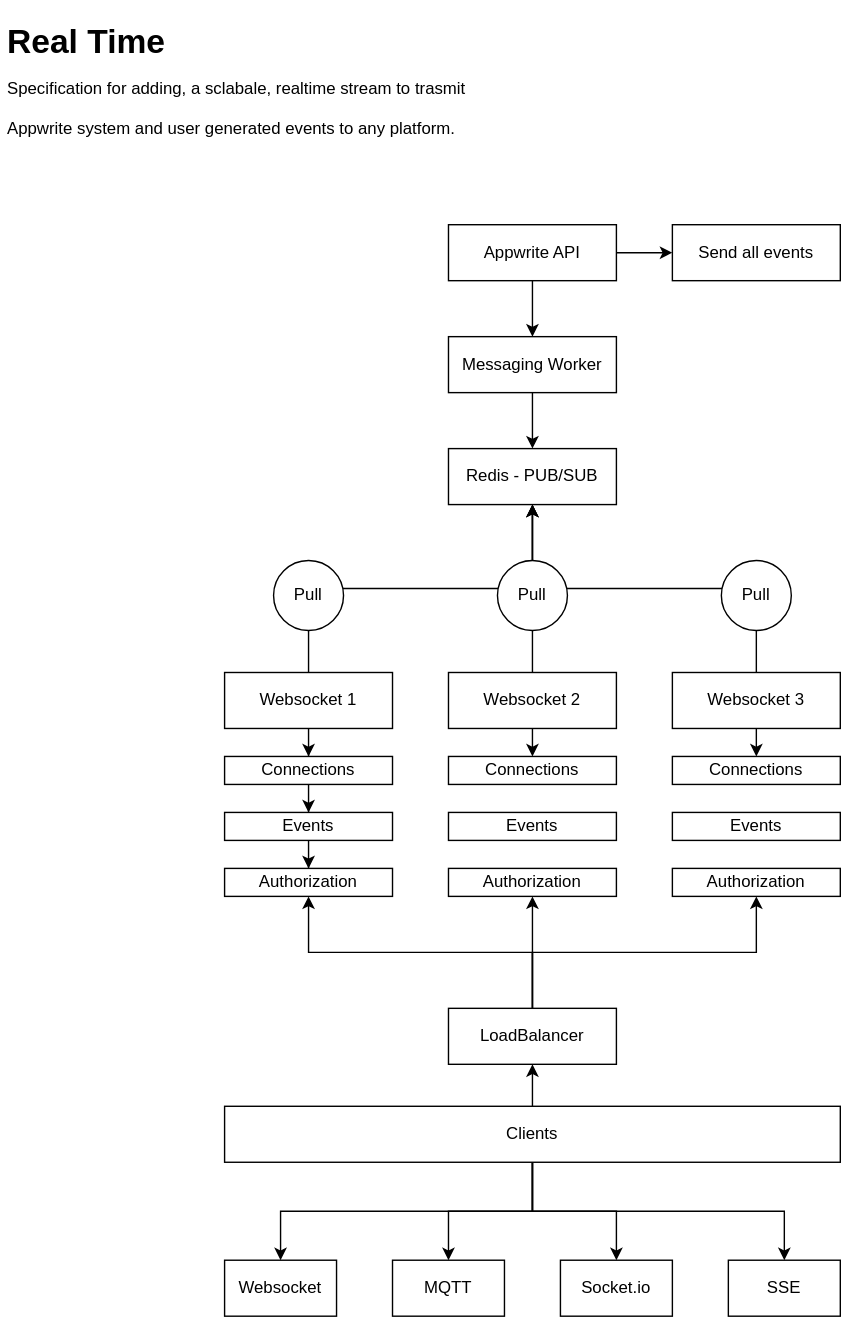
This is docs/specs/realtime.drawio.svg from silverknight59222/appwrite, a draw.io export, as it was before one commit. Source tidied: cells renumbered, new cells last; positions are measured from the earlier drawing's top-left corner, leaving out a move shared by most shapes.
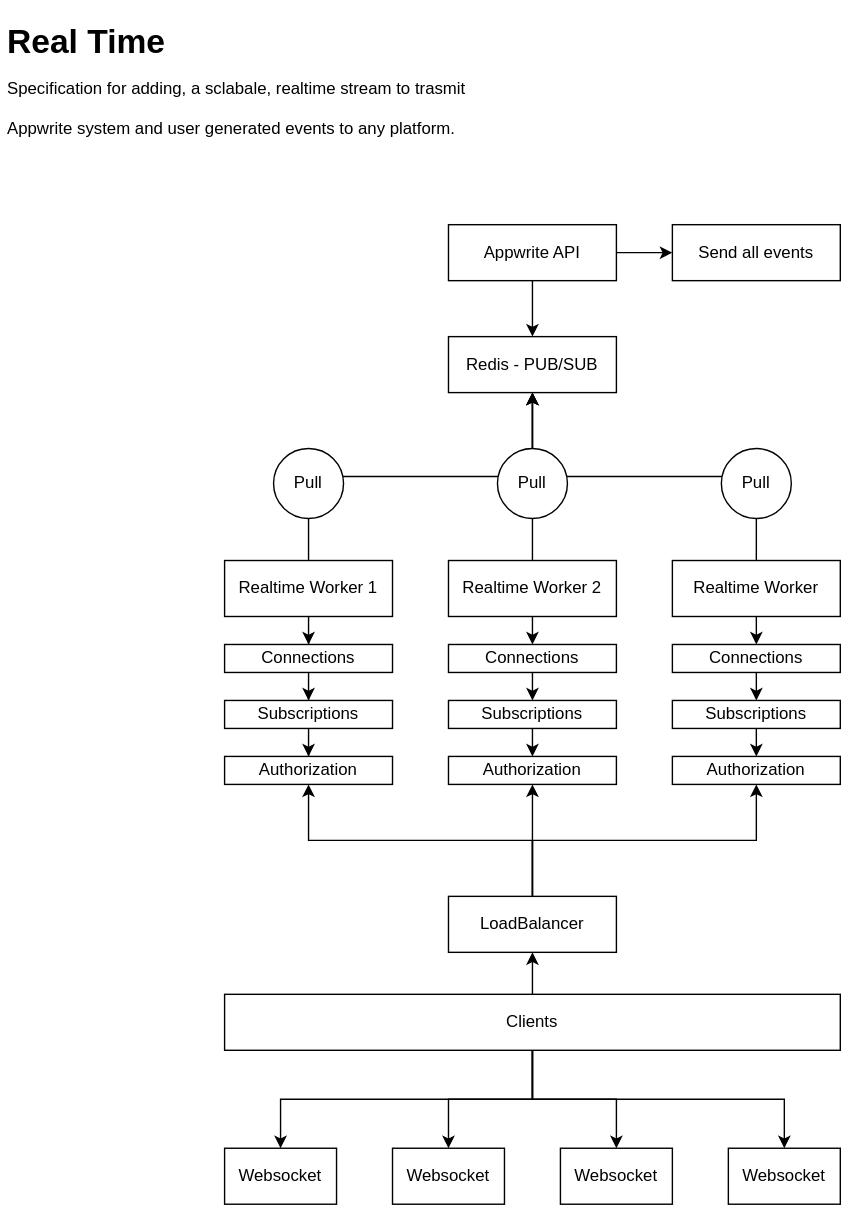
After the change.

Commit message:
docs: adapt to realtime

What changed in the source:
```diff
@@ -2,24 +2,20 @@
   <root>
     <mxCell id="0" />
     <mxCell id="1" parent="0" />
-    <mxCell id="2" style="edgeStyle=orthogonalEdgeStyle;rounded=0;jettySize=auto;html=1;" parent="1" edge="1" source="4" target="7">
-      <mxGeometry relative="1" as="geometry" />
+    <mxCell id="2" style="edgeStyle=orthogonalEdgeStyle;rounded=0;jettySize=auto;html=1;" parent="1" edge="1" source="4">
+      <mxGeometry relative="1" as="geometry">
+        <mxPoint x="380" y="310" as="targetPoint" />
+      </mxGeometry>
     </mxCell>
     <mxCell id="3" style="edgeStyle=orthogonalEdgeStyle;rounded=0;jettySize=auto;html=1;" parent="1" edge="1" source="4" target="5">
       <mxGeometry relative="1" as="geometry" />
     </mxCell>
     <mxCell id="4" value="Appwrite API" style="rounded=0;whiteSpace=wrap;html=1;" parent="1" vertex="1">
-      <mxGeometry x="320" y="150" width="120" height="40" as="geometry" />
+      <mxGeometry x="320" y="230" width="120" height="40" as="geometry" />
     </mxCell>
     <mxCell id="5" value="Send all events" style="rounded=0;whiteSpace=wrap;html=1;" parent="1" vertex="1">
-      <mxGeometry x="480" y="150" width="120" height="40" as="geometry" />
+      <mxGeometry x="480" y="230" width="120" height="40" as="geometry" />
     </mxCell>
-    <mxCell id="6" style="edgeStyle=orthogonalEdgeStyle;rounded=0;jettySize=auto;html=1;" parent="1" edge="1" source="7" target="8">
-      <mxGeometry relative="1" as="geometry" />
-    </mxCell>
-    <mxCell id="7" value="Messaging Worker" style="rounded=0;whiteSpace=wrap;html=1;" parent="1" vertex="1">
-      <mxGeometry x="320" y="230" width="120" height="40" as="geometry" />
-    </mxCell>
     <mxCell id="8" value="Redis - PUB/SUB" style="rounded=0;whiteSpace=wrap;html=1;" parent="1" vertex="1">
       <mxGeometry x="320" y="310" width="120" height="40" as="geometry" />
     </mxCell>
@@ -29,7 +25,7 @@
     <mxCell id="10" style="edgeStyle=orthogonalEdgeStyle;rounded=0;jettySize=auto;html=1;" parent="1" edge="1" source="11" target="13">
       <mxGeometry relative="1" as="geometry" />
     </mxCell>
-    <mxCell id="11" value="Websocket 1" style="rounded=0;whiteSpace=wrap;html=1;" parent="1" vertex="1">
+    <mxCell id="11" value="Realtime Worker 1" style="rounded=0;whiteSpace=wrap;html=1;" parent="1" vertex="1">
       <mxGeometry x="160" y="470" width="120" height="40" as="geometry" />
     </mxCell>
     <mxCell id="12" style="edgeStyle=orthogonalEdgeStyle;rounded=0;jettySize=auto;html=1;" parent="1" edge="1" source="13" target="15">
@@ -41,7 +37,7 @@
     <mxCell id="14" style="edgeStyle=orthogonalEdgeStyle;rounded=0;jettySize=auto;html=1;" parent="1" edge="1" source="15" target="16">
       <mxGeometry relative="1" as="geometry" />
     </mxCell>
-    <mxCell id="15" value="Events" style="rounded=0;whiteSpace=wrap;html=1;" parent="1" vertex="1">
+    <mxCell id="15" value="Subscriptions" style="rounded=0;whiteSpace=wrap;html=1;" parent="1" vertex="1">
       <mxGeometry x="160" y="570" width="120" height="20" as="geometry" />
     </mxCell>
     <mxCell id="16" value="Authorization" style="rounded=0;whiteSpace=wrap;html=1;" parent="1" vertex="1">
@@ -55,7 +51,7 @@
     <mxCell id="18" style="edgeStyle=orthogonalEdgeStyle;rounded=0;jettySize=auto;html=1;exitX=0.5;exitY=1;exitDx=0;exitDy=0;entryX=0.5;entryY=0;entryDx=0;entryDy=0;" parent="1" edge="1" source="19" target="24">
       <mxGeometry relative="1" as="geometry" />
     </mxCell>
-    <mxCell id="19" value="Websocket 2" style="rounded=0;whiteSpace=wrap;html=1;" parent="1" vertex="1">
+    <mxCell id="19" value="Realtime Worker 2" style="rounded=0;whiteSpace=wrap;html=1;" parent="1" vertex="1">
       <mxGeometry x="320" y="470" width="120" height="40" as="geometry" />
     </mxCell>
     <mxCell id="20" style="edgeStyle=orthogonalEdgeStyle;rounded=0;jettySize=auto;html=1;exitX=0.5;exitY=0;exitDx=0;exitDy=0;entryX=0.5;entryY=1;entryDx=0;entryDy=0;" parent="1" edge="1" source="22" target="8">
@@ -64,25 +60,37 @@
     <mxCell id="21" style="edgeStyle=orthogonalEdgeStyle;rounded=0;jettySize=auto;html=1;exitX=0.5;exitY=1;exitDx=0;exitDy=0;entryX=0.5;entryY=0;entryDx=0;entryDy=0;" parent="1" edge="1" source="22" target="27">
       <mxGeometry relative="1" as="geometry" />
     </mxCell>
-    <mxCell id="22" value="Websocket 3" style="rounded=0;whiteSpace=wrap;html=1;" parent="1" vertex="1">
+    <mxCell id="22" value="Realtime Worker" style="rounded=0;whiteSpace=wrap;html=1;" parent="1" vertex="1">
       <mxGeometry x="480" y="470" width="120" height="40" as="geometry" />
     </mxCell>
     <mxCell id="23" value="Pull" style="ellipse;whiteSpace=wrap;html=1;" parent="1" vertex="1">
       <mxGeometry x="355" y="390" width="50" height="50" as="geometry" />
     </mxCell>
+    <mxCell id="47" style="edgeStyle=orthogonalEdgeStyle;rounded=0;jettySize=auto;html=1;exitX=0.5;exitY=1;exitDx=0;exitDy=0;entryX=0.5;entryY=0;entryDx=0;entryDy=0;" parent="1" edge="1" source="24" target="25">
+      <mxGeometry relative="1" as="geometry" />
+    </mxCell>
     <mxCell id="24" value="Connections" style="rounded=0;whiteSpace=wrap;html=1;" parent="1" vertex="1">
       <mxGeometry x="320" y="530" width="120" height="20" as="geometry" />
     </mxCell>
+    <mxCell id="48" style="edgeStyle=orthogonalEdgeStyle;rounded=0;jettySize=auto;html=1;exitX=0.5;exitY=1;exitDx=0;exitDy=0;entryX=0.5;entryY=0;entryDx=0;entryDy=0;" parent="1" edge="1" source="25" target="26">
+      <mxGeometry relative="1" as="geometry" />
+    </mxCell>
-    <mxCell id="25" value="Events" style="rounded=0;whiteSpace=wrap;html=1;" parent="1" vertex="1">
+    <mxCell id="25" value="Subscriptions" style="rounded=0;whiteSpace=wrap;html=1;" parent="1" vertex="1">
       <mxGeometry x="320" y="570" width="120" height="20" as="geometry" />
     </mxCell>
     <mxCell id="26" value="Authorization" style="rounded=0;whiteSpace=wrap;html=1;" parent="1" vertex="1">
       <mxGeometry x="320" y="610" width="120" height="20" as="geometry" />
     </mxCell>
+    <mxCell id="49" style="edgeStyle=orthogonalEdgeStyle;rounded=0;jettySize=auto;html=1;exitX=0.5;exitY=1;exitDx=0;exitDy=0;entryX=0.5;entryY=0;entryDx=0;entryDy=0;" parent="1" edge="1" source="27" target="28">
+      <mxGeometry relative="1" as="geometry" />
+    </mxCell>
     <mxCell id="27" value="Connections" style="rounded=0;whiteSpace=wrap;html=1;" parent="1" vertex="1">
       <mxGeometry x="480" y="530" width="120" height="20" as="geometry" />
     </mxCell>
+    <mxCell id="50" style="edgeStyle=orthogonalEdgeStyle;rounded=0;jettySize=auto;html=1;exitX=0.5;exitY=1;exitDx=0;exitDy=0;entryX=0.5;entryY=0;entryDx=0;entryDy=0;" parent="1" edge="1" source="28" target="29">
+      <mxGeometry relative="1" as="geometry" />
+    </mxCell>
-    <mxCell id="28" value="Events" style="rounded=0;whiteSpace=wrap;html=1;" parent="1" vertex="1">
+    <mxCell id="28" value="Subscriptions" style="rounded=0;whiteSpace=wrap;html=1;" parent="1" vertex="1">
       <mxGeometry x="480" y="570" width="120" height="20" as="geometry" />
     </mxCell>
     <mxCell id="29" value="Authorization" style="rounded=0;whiteSpace=wrap;html=1;" parent="1" vertex="1">
@@ -119,7 +127,7 @@
       <mxGeometry x="320" y="710" width="120" height="40" as="geometry" />
     </mxCell>
     <mxCell id="40" value="&lt;h1&gt;&lt;span&gt;Real Time&lt;br&gt;&lt;/span&gt;&lt;span style=&quot;font-size: 12px ; font-weight: normal&quot;&gt;Specification for adding, a sclabale, realtime stream to trasmit Appwrite system and user generated events to any platform.&lt;/span&gt;&lt;br&gt;&lt;/h1&gt;" style="text;html=1;spacing=5;spacingTop=-20;whiteSpace=wrap;overflow=hidden;rounded=0;labelBackgroundColor=none;" parent="1" vertex="1">
-      <mxGeometry width="370" height="90" as="geometry" />
+      <mxGeometry y="80" width="370" height="90" as="geometry" />
     </mxCell>
     <mxCell id="41" value="Pull" style="ellipse;whiteSpace=wrap;html=1;" parent="1" vertex="1">
       <mxGeometry x="195" y="390" width="50" height="50" as="geometry" />
@@ -130,13 +138,13 @@
     <mxCell id="43" value="Websocket" style="whiteSpace=wrap;html=1;rounded=0;" parent="1" vertex="1">
       <mxGeometry x="160" y="890" width="80" height="40" as="geometry" />
     </mxCell>
-    <mxCell id="44" value="MQTT" style="whiteSpace=wrap;html=1;rounded=0;" parent="1" vertex="1">
+    <mxCell id="44" value="Websocket" style="whiteSpace=wrap;html=1;rounded=0;" parent="1" vertex="1">
       <mxGeometry x="280" y="890" width="80" height="40" as="geometry" />
     </mxCell>
-    <mxCell id="45" value="Socket.io" style="whiteSpace=wrap;html=1;rounded=0;" parent="1" vertex="1">
+    <mxCell id="45" value="Websocket" style="whiteSpace=wrap;html=1;rounded=0;" parent="1" vertex="1">
       <mxGeometry x="400" y="890" width="80" height="40" as="geometry" />
     </mxCell>
-    <mxCell id="46" value="SSE" style="whiteSpace=wrap;html=1;rounded=0;" parent="1" vertex="1">
+    <mxCell id="46" value="Websocket" style="whiteSpace=wrap;html=1;rounded=0;" parent="1" vertex="1">
       <mxGeometry x="520" y="890" width="80" height="40" as="geometry" />
     </mxCell>
   </root>
```
